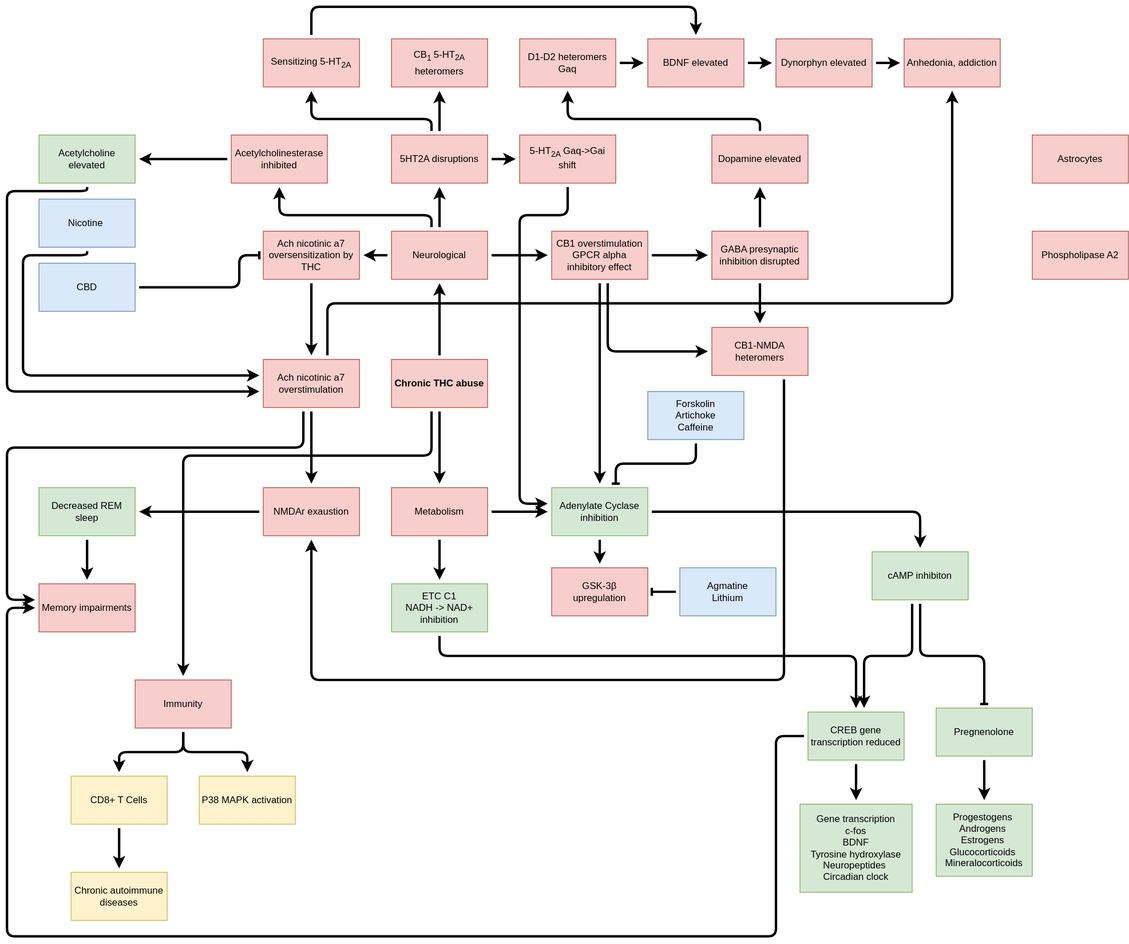
Above: chronic-thc-chart.svg in deffins/testchart (draw.io), before the change. Source tidied: cells renumbered, new cells last; positions are measured from the earlier drawing's top-left corner, leaving out a move shared by most shapes.
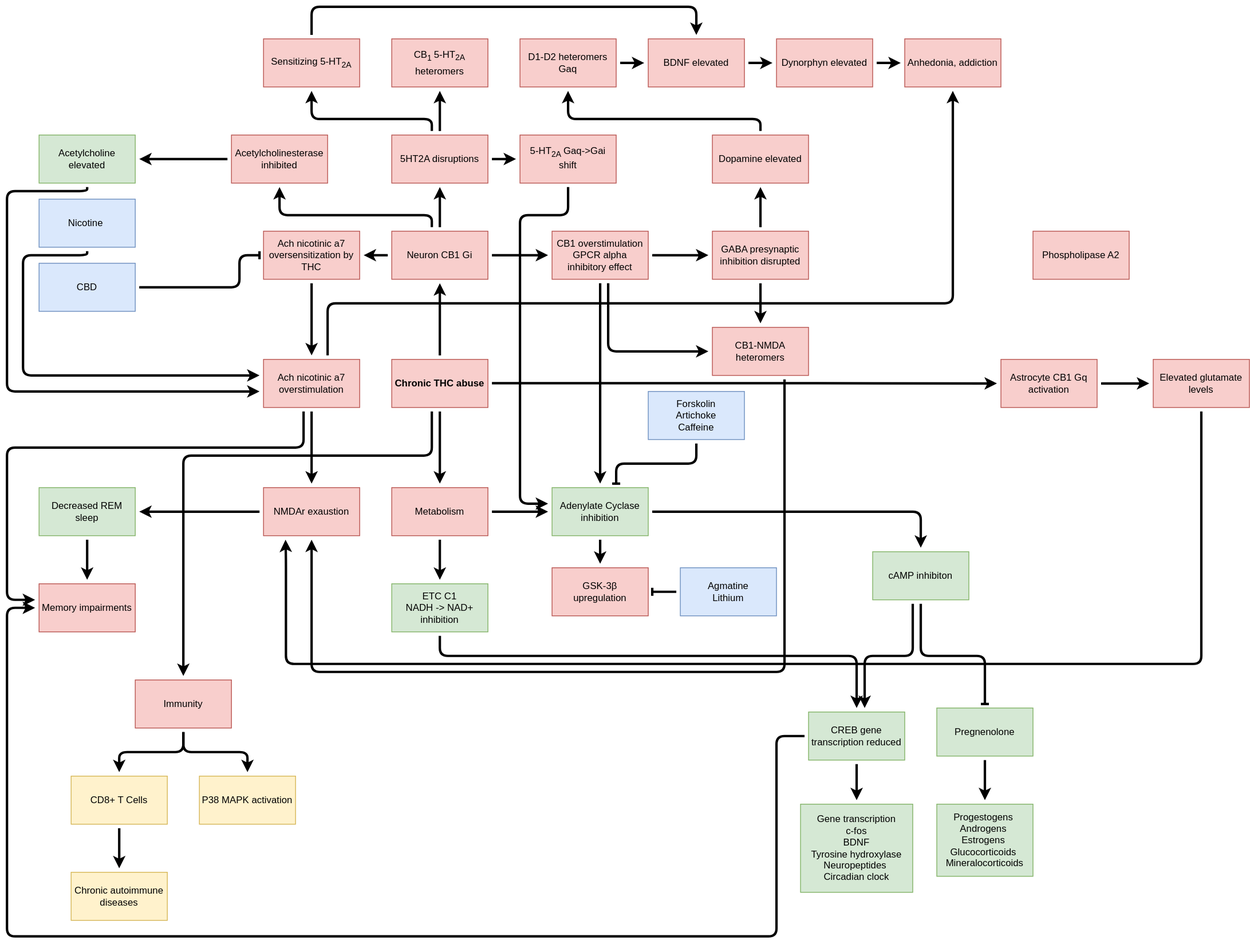
After the commit.

The edit, as a diff of the source:
```diff
@@ -117,7 +117,7 @@
       <mxGeometry x="1000" y="880" width="120" height="60" as="geometry" />
     </mxCell>
     <mxCell id="27" style="endArrow=classic;html=1;rounded=1;strokeWidth=3;endFill=1;startArrow=none;edgeStyle=orthogonalEdgeStyle;" parent="1" edge="1" source="43" target="26">
-      <mxGeometry relative="1" as="geometry">
+      <mxGeometry y="-10" relative="1" as="geometry">
         <Array as="points">
           <mxPoint x="540" y="810" />
           <mxPoint x="1060" y="810" />
@@ -204,8 +204,8 @@
     <mxCell id="47" style="endArrow=classic;html=1;rounded=1;strokeWidth=3;edgeStyle=orthogonalEdgeStyle;" parent="1" edge="1" source="45" target="39">
       <mxGeometry relative="1" as="geometry">
         <Array as="points">
-          <mxPoint x="970" y="840" />
-          <mxPoint x="380" y="840" />
+          <mxPoint x="970" y="830" />
+          <mxPoint x="380" y="830" />
         </Array>
       </mxGeometry>
     </mxCell>
@@ -299,7 +299,7 @@
     <mxCell id="67" value="Metabolism" style="rounded=0;whiteSpace=wrap;html=1;perimeterSpacing=5;fillColor=#f8cecc;strokeColor=#b85450;" parent="1" vertex="1">
       <mxGeometry x="480" y="600" width="120" height="60" as="geometry" />
     </mxCell>
-    <mxCell id="68" value="Neurological" style="rounded=0;whiteSpace=wrap;html=1;perimeterSpacing=5;fillColor=#f8cecc;strokeColor=#b85450;" parent="1" vertex="1">
+    <mxCell id="68" value="Neuron CB1 Gi" style="rounded=0;whiteSpace=wrap;html=1;perimeterSpacing=5;fillColor=#f8cecc;strokeColor=#b85450;" parent="1" vertex="1">
       <mxGeometry x="480" y="280" width="120" height="60" as="geometry" />
     </mxCell>
     <mxCell id="69" value="Immunity" style="rounded=0;whiteSpace=wrap;html=1;perimeterSpacing=5;fillColor=#f8cecc;strokeColor=#b85450;" parent="1" vertex="1">
@@ -382,8 +382,11 @@
         </Array>
       </mxGeometry>
     </mxCell>
+    <mxCell id="89" style="edgeStyle=orthogonalEdgeStyle;rounded=0;jettySize=auto;html=1;entryX=0;entryY=0.5;entryDx=0;entryDy=0;strokeWidth=3;" parent="1" edge="1" source="86" target="92">
+      <mxGeometry relative="1" as="geometry" />
+    </mxCell>
-    <mxCell id="86" value="Astrocytes" style="rounded=0;whiteSpace=wrap;html=1;perimeterSpacing=5;fillColor=#f8cecc;strokeColor=#b85450;" parent="1" vertex="1">
-      <mxGeometry x="1280" y="160" width="120" height="60" as="geometry" />
+    <mxCell id="86" value="Astrocyte CB1 Gq activation" style="rounded=0;whiteSpace=wrap;html=1;perimeterSpacing=5;fillColor=#f8cecc;strokeColor=#b85450;" parent="1" vertex="1">
+      <mxGeometry x="1240" y="440" width="120" height="60" as="geometry" />
     </mxCell>
     <mxCell id="87" value="Phospholipase A2" style="rounded=0;whiteSpace=wrap;html=1;perimeterSpacing=5;fillColor=#f8cecc;strokeColor=#b85450;" parent="1" vertex="1">
       <mxGeometry x="1280" y="280" width="120" height="60" as="geometry" />
@@ -396,5 +399,25 @@
         </Array>
       </mxGeometry>
     </mxCell>
+    <mxCell id="90" style="endArrow=classic;html=1;rounded=1;strokeColor=#000000;strokeWidth=3;endFill=1;edgeStyle=orthogonalEdgeStyle;startArrow=none;startFill=0;entryX=0;entryY=0.5;entryDx=0;entryDy=0;" parent="1" edge="1" target="86">
+      <mxGeometry relative="1" as="geometry">
+        <mxPoint x="605" y="469.7" as="sourcePoint" />
+        <Array as="points">
+          <mxPoint x="1000" y="470" />
+        </Array>
+      </mxGeometry>
+    </mxCell>
+    <mxCell id="91" style="edgeStyle=orthogonalEdgeStyle;rounded=1;jettySize=auto;html=1;strokeWidth=3;startSize=6;jumpStyle=none;entryX=0.25;entryY=1;entryDx=0;entryDy=0;" parent="1" edge="1" source="92" target="39">
+      <mxGeometry x="0.09" y="20" relative="1" as="geometry">
+        <Array as="points">
+          <mxPoint x="1490" y="820" />
+          <mxPoint x="348" y="820" />
+          <mxPoint x="348" y="690" />
+        </Array>
+      </mxGeometry>
+    </mxCell>
+    <mxCell id="92" value="Elevated glutamate levels" style="rounded=0;whiteSpace=wrap;html=1;perimeterSpacing=5;fillColor=#f8cecc;strokeColor=#b85450;" parent="1" vertex="1">
+      <mxGeometry x="1430" y="440" width="120" height="60" as="geometry" />
+    </mxCell>
   </root>
 </mxGraphModel>
```
